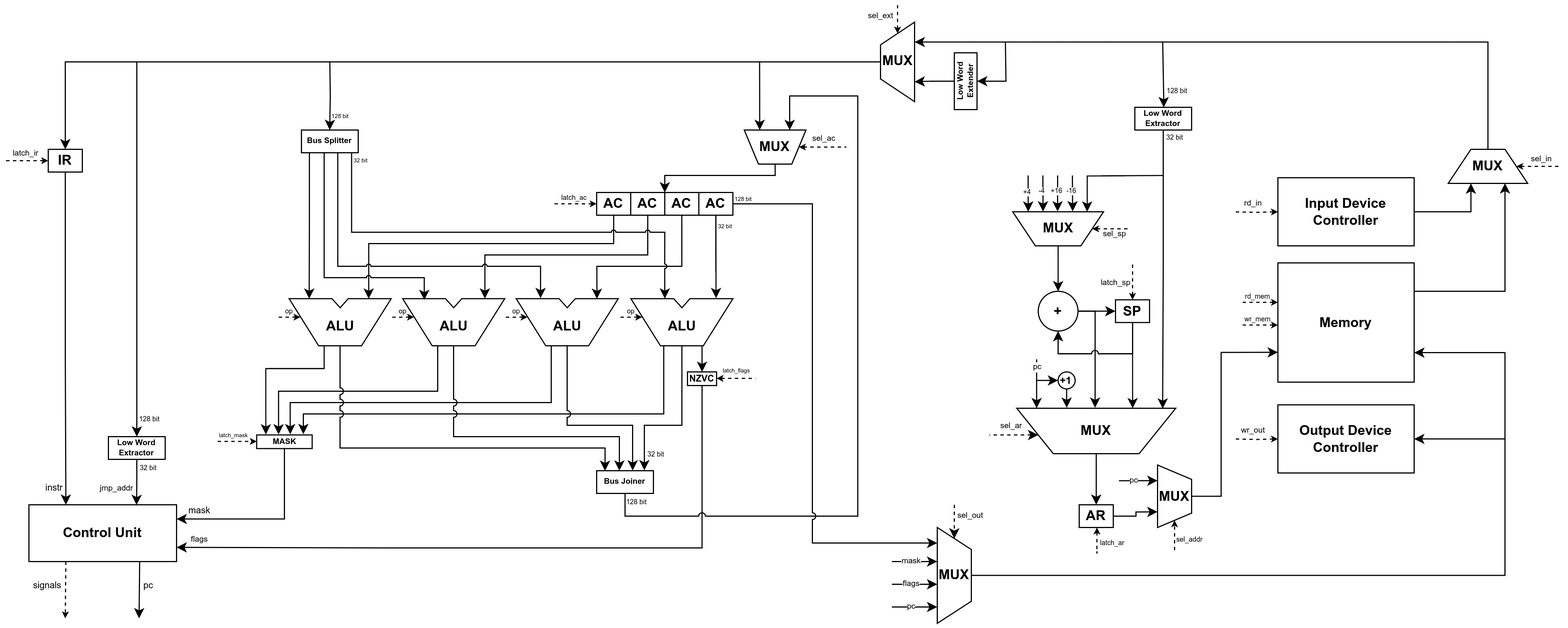
This is resources/datapath.png from alexanderved/csa-lab4, a draw.io export, as it was before one commit. Source tidied: cells renumbered, new cells last; positions are measured from the earlier drawing's top-left corner, leaving out a move shared by most shapes.
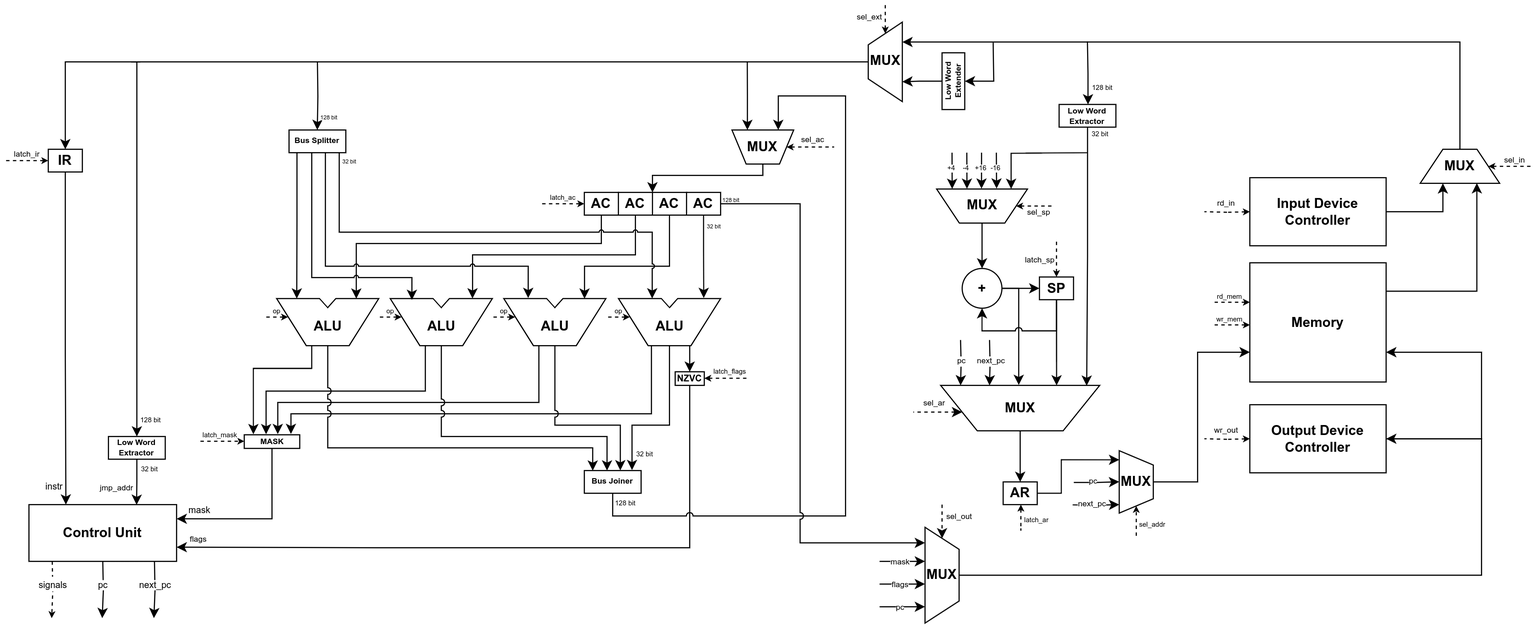
Above is the later version.

What changed in the source:
```diff
@@ -7,5 +7,5 @@
         <Array as="points">
-          <mxPoint x="53" y="147" />
-          <mxPoint x="53" y="308" />
-          <mxPoint x="53" y="308" />
+          <mxPoint x="64" y="147" />
+          <mxPoint x="64" y="308" />
+          <mxPoint x="64" y="308" />
         </Array>
@@ -20,6 +20,6 @@
       <mxGeometry relative="1" as="geometry">
-        <mxPoint y="137" as="targetPoint" />
+        <mxPoint x="11" y="137" as="targetPoint" />
         <Array as="points">
-          <mxPoint x="1" y="137" />
-          <mxPoint x="1" y="137" />
+          <mxPoint x="12" y="137" />
+          <mxPoint x="12" y="137" />
         </Array>
@@ -45,5 +45,6 @@
     </mxCell>
-    <mxCell id="8" style="edgeStyle=orthogonalEdgeStyle;rounded=0;jettySize=auto;html=1;exitX=0.25;exitY=1;exitDx=0;exitDy=0;dashed=1;endSize=3;" parent="1" edge="1" source="14">
+    <mxCell id="8" style="edgeStyle=orthogonalEdgeStyle;rounded=0;orthogonalLoop=1;jettySize=auto;html=1;exitX=0.25;exitY=1;exitDx=0;exitDy=0;dashed=1;endSize=3;" parent="1" edge="1">
       <mxGeometry relative="1" as="geometry">
-        <mxPoint x="53" y="540" as="targetPoint" />
+        <mxPoint x="52.5" y="490" as="sourcePoint" />
+        <mxPoint x="52" y="540" as="targetPoint" />
       </mxGeometry>
@@ -52,8 +53,9 @@
       <mxGeometry x="-0.06" relative="1" as="geometry">
-        <mxPoint x="-17" y="-4" as="offset" />
+        <mxPoint y="-4" as="offset" />
       </mxGeometry>
     </mxCell>
-    <mxCell id="10" style="edgeStyle=orthogonalEdgeStyle;rounded=0;jettySize=auto;html=1;exitX=0.75;exitY=1;exitDx=0;exitDy=0;" parent="1" edge="1" source="14">
+    <mxCell id="10" style="edgeStyle=orthogonalEdgeStyle;rounded=0;orthogonalLoop=1;jettySize=auto;html=1;exitX=0.75;exitY=1;exitDx=0;exitDy=0;" parent="1" edge="1">
       <mxGeometry relative="1" as="geometry">
-        <mxPoint x="118" y="540" as="targetPoint" />
+        <mxPoint x="97" y="490" as="sourcePoint" />
+        <mxPoint x="96.5" y="540" as="targetPoint" />
       </mxGeometry>
@@ -62,3 +64,3 @@
       <mxGeometry x="-0.14" relative="1" as="geometry">
-        <mxPoint x="7" y="-1" as="offset" />
+        <mxPoint x="-1" y="-1" as="offset" />
       </mxGeometry>
@@ -67,6 +69,6 @@
       <mxGeometry relative="1" as="geometry">
-        <mxPoint x="111" y="50" as="targetPoint" />
+        <mxPoint x="122" y="50" as="targetPoint" />
         <Array as="points">
-          <mxPoint x="116" y="50" />
-          <mxPoint x="119" y="50" />
+          <mxPoint x="127" y="50" />
+          <mxPoint x="130" y="50" />
         </Array>
@@ -80,3 +82,3 @@
     <mxCell id="14" value="&lt;b&gt;Control Unit&lt;/b&gt;" style="rounded=0;whiteSpace=wrap;html=1;" parent="1" vertex="1">
-      <mxGeometry x="21" y="440" width="130" height="50" as="geometry" />
+      <mxGeometry x="32" y="440" width="130" height="50" as="geometry" />
     </mxCell>
@@ -84,4 +86,4 @@
       <mxGeometry relative="1" as="geometry">
-        <mxPoint x="1121" y="261.7" as="sourcePoint" />
-        <mxPoint x="1090" y="261.7" as="targetPoint" />
+        <mxPoint x="1107" y="261.7" as="sourcePoint" />
+        <mxPoint x="1076" y="261.7" as="targetPoint" />
       </mxGeometry>
@@ -90,3 +92,3 @@
       <mxGeometry x="-0.01" relative="1" as="geometry">
-        <mxPoint x="-3" y="-5" as="offset" />
+        <mxPoint x="-4" y="-5" as="offset" />
       </mxGeometry>
@@ -96,4 +98,4 @@
         <Array as="points">
-          <mxPoint x="1321" y="252" />
-          <mxPoint x="1321" y="157" />
+          <mxPoint x="1307" y="252" />
+          <mxPoint x="1307" y="157" />
         </Array>
@@ -102,3 +104,3 @@
     <mxCell id="18" value="&lt;b&gt;Memory&lt;/b&gt;" style="rounded=0;whiteSpace=wrap;html=1;" parent="1" vertex="1">
-      <mxGeometry x="1121" y="227" width="120" height="105" as="geometry" />
+      <mxGeometry x="1107" y="227" width="120" height="105" as="geometry" />
     </mxCell>
@@ -106,7 +108,7 @@
       <mxGeometry relative="1" as="geometry">
-        <mxPoint x="961.6" y="460" as="sourcePoint" />
-        <mxPoint x="960.4" y="480" as="targetPoint" />
+        <mxPoint x="905.4" y="440" as="sourcePoint" />
+        <mxPoint x="904.2" y="460" as="targetPoint" />
         <Array as="points">
-          <mxPoint x="961.6" y="483" />
-          <mxPoint x="961.6" y="483" />
+          <mxPoint x="905.4" y="463" />
+          <mxPoint x="905.4" y="463" />
         </Array>
@@ -121,5 +123,5 @@
       <mxGeometry relative="1" as="geometry">
-        <mxPoint x="1291" y="157" as="targetPoint" />
+        <mxPoint x="1277" y="157" as="targetPoint" />
         <Array as="points">
-          <mxPoint x="1291" y="182" />
+          <mxPoint x="1277" y="182" />
         </Array>
@@ -128,3 +130,3 @@
     <mxCell id="22" value="&lt;b&gt;Input Device Controller&lt;/b&gt;" style="rounded=0;whiteSpace=wrap;html=1;" parent="1" vertex="1">
-      <mxGeometry x="1121" y="152" width="120" height="60" as="geometry" />
+      <mxGeometry x="1107" y="152" width="120" height="60" as="geometry" />
     </mxCell>
@@ -135,4 +137,4 @@
       <mxGeometry relative="1" as="geometry">
-        <mxPoint x="908.5" y="355" as="sourcePoint" />
-        <mxPoint x="908.5" y="312" as="targetPoint" />
+        <mxPoint x="852.3" y="335" as="sourcePoint" />
+        <mxPoint x="852.3" y="295" as="targetPoint" />
       </mxGeometry>
@@ -141,3 +143,3 @@
       <mxGeometry x="-0.13" relative="1" as="geometry">
-        <mxPoint y="-17" as="offset" />
+        <mxPoint y="-4" as="offset" />
       </mxGeometry>
@@ -145,3 +147,3 @@
     <mxCell id="26" value="&lt;b&gt;MUX&lt;/b&gt;" style="verticalLabelPosition=middle;verticalAlign=middle;html=1;shape=trapezoid;perimeter=trapezoidPerimeter;whiteSpace=wrap;size=0.23;arcSize=10;flipV=1;labelPosition=center;align=center;" parent="1" vertex="1">
-      <mxGeometry x="891" y="355" width="140" height="40" as="geometry" />
+      <mxGeometry x="834.8" y="335" width="140" height="40" as="geometry" />
     </mxCell>
@@ -149,8 +151,7 @@
       <mxGeometry relative="1" as="geometry">
-        <mxPoint x="1020.4" y="90" as="sourcePoint" />
-        <mxPoint x="1020" y="32.5" as="targetPoint" />
+        <mxPoint x="964.5" y="87.5" as="sourcePoint" />
+        <mxPoint x="964" y="32" as="targetPoint" />
         <Array as="points">
-          <mxPoint x="1020.5" y="80" />
-          <mxPoint x="1019.5" y="80" />
-          <mxPoint x="1019.5" y="33" />
+          <mxPoint x="965" y="60" />
+          <mxPoint x="964" y="60" />
         </Array>
@@ -165,4 +166,4 @@
       <mxGeometry relative="1" as="geometry">
-        <mxPoint x="1121" y="182" as="sourcePoint" />
-        <mxPoint x="1081" y="182" as="targetPoint" />
+        <mxPoint x="1107" y="182" as="sourcePoint" />
+        <mxPoint x="1067" y="182" as="targetPoint" />
       </mxGeometry>
@@ -178,3 +179,3 @@
     <mxCell id="32" value="&lt;b&gt;MUX&lt;/b&gt;" style="shape=trapezoid;perimeter=trapezoidPerimeter;whiteSpace=wrap;html=1;fixedSize=1;rotation=270;horizontal=1;verticalAlign=middle;textDirection=vertical-lr;direction=north;" parent="1" vertex="1">
-      <mxGeometry x="912.4" y="157" width="30" height="80" as="geometry" />
+      <mxGeometry x="856.2" y="137" width="30" height="80" as="geometry" />
     </mxCell>
@@ -183,5 +184,4 @@
         <Array as="points">
-          <mxPoint x="1321" y="382" />
-          <mxPoint x="1321" y="306" />
-          <mxPoint x="1241" y="306" />
+          <mxPoint x="1311" y="382" />
+          <mxPoint x="1311" y="306" />
         </Array>
@@ -190,3 +190,3 @@
     <mxCell id="34" value="&lt;b&gt;Output Device Controller&lt;/b&gt;" style="rounded=0;whiteSpace=wrap;html=1;" parent="1" vertex="1">
-      <mxGeometry x="1121" y="352" width="120" height="60" as="geometry" />
+      <mxGeometry x="1107" y="352" width="120" height="60" as="geometry" />
     </mxCell>
@@ -194,4 +194,4 @@
       <mxGeometry relative="1" as="geometry">
-        <mxPoint x="1121" y="382" as="sourcePoint" />
-        <mxPoint x="1081" y="382" as="targetPoint" />
+        <mxPoint x="1107" y="382" as="sourcePoint" />
+        <mxPoint x="1067" y="382" as="targetPoint" />
       </mxGeometry>
@@ -219,3 +219,3 @@
       <mxGeometry relative="1" as="geometry">
-        <mxPoint x="1371" y="142" as="targetPoint" />
+        <mxPoint x="1357" y="142" as="targetPoint" />
       </mxGeometry>
@@ -230,3 +230,3 @@
         <Array as="points">
-          <mxPoint x="1306" y="33" />
+          <mxPoint x="1292" y="32" />
         </Array>
@@ -235,3 +235,3 @@
     <mxCell id="43" value="&lt;b&gt;MUX&lt;/b&gt;" style="shape=trapezoid;perimeter=trapezoidPerimeter;whiteSpace=wrap;html=1;fixedSize=1;" parent="1" vertex="1">
-      <mxGeometry x="1271" y="127" width="70" height="30" as="geometry" />
+      <mxGeometry x="1257" y="127" width="70" height="30" as="geometry" />
     </mxCell>
@@ -250,3 +250,3 @@
         <Array as="points">
-          <mxPoint x="53" y="50" />
+          <mxPoint x="64" y="50" />
         </Array>
@@ -266,3 +266,3 @@
     <mxCell id="50" value="&lt;b&gt;Low Word Extractor&lt;/b&gt;" style="rounded=0;whiteSpace=wrap;html=1;fontSize=7;" parent="1" vertex="1">
-      <mxGeometry x="91" y="380" width="50" height="20" as="geometry" />
+      <mxGeometry x="102" y="380" width="50" height="20" as="geometry" />
     </mxCell>
@@ -342,8 +342,8 @@
         <mxPoint x="626.6" y="328.7" as="sourcePoint" />
-        <mxPoint x="661" y="329.3" as="targetPoint" />
+        <mxPoint x="666" y="329.3" as="targetPoint" />
       </mxGeometry>
     </mxCell>
-    <mxCell id="67" value="&lt;font&gt;latch_flags&lt;/font&gt;" style="edgeLabel;html=1;align=center;verticalAlign=middle;fontSize=5;" parent="66" vertex="1">
+    <mxCell id="67" value="&lt;font&gt;latch_flags&lt;/font&gt;" style="edgeLabel;html=1;align=center;verticalAlign=middle;fontSize=6;" parent="66" vertex="1">
       <mxGeometry x="0.12" y="-1" relative="1" as="geometry">
-        <mxPoint x="-2" y="-9" as="offset" />
+        <mxPoint y="-7" as="offset" />
       </mxGeometry>
@@ -393,3 +393,3 @@
     <mxCell id="75" value="&lt;b&gt;Low Word Extractor&lt;/b&gt;" style="rounded=0;whiteSpace=wrap;html=1;fontSize=7;" parent="1" vertex="1">
-      <mxGeometry x="995" y="90" width="50" height="20" as="geometry" />
+      <mxGeometry x="939.1" y="87.5" width="50" height="20" as="geometry" />
     </mxCell>
@@ -453,3 +453,3 @@
       <mxGeometry relative="1" as="geometry">
-        <mxPoint x="187.2" y="384.2" as="sourcePoint" />
+        <mxPoint x="183" y="384.2" as="sourcePoint" />
         <mxPoint x="221.6" y="384.8" as="targetPoint" />
@@ -457,3 +457,3 @@
     </mxCell>
-    <mxCell id="85" value="&lt;font&gt;latch_mask&lt;/font&gt;" style="edgeLabel;html=1;align=center;verticalAlign=middle;fontSize=5;" parent="84" vertex="1">
+    <mxCell id="85" value="&lt;font&gt;latch_mask&lt;/font&gt;" style="edgeLabel;html=1;align=center;verticalAlign=middle;fontSize=6;" parent="84" vertex="1">
       <mxGeometry x="0.12" y="-1" relative="1" as="geometry">
@@ -613,4 +613,4 @@
       <mxGeometry relative="1" as="geometry">
-        <mxPoint x="1121" y="281.7" as="sourcePoint" />
-        <mxPoint x="1090" y="281.7" as="targetPoint" />
+        <mxPoint x="1107" y="281.7" as="sourcePoint" />
+        <mxPoint x="1076" y="281.7" as="targetPoint" />
       </mxGeometry>
@@ -619,3 +619,3 @@
       <mxGeometry x="-0.01" relative="1" as="geometry">
-        <mxPoint x="-3" y="-5" as="offset" />
+        <mxPoint x="-4" y="-5" as="offset" />
       </mxGeometry>
@@ -629,3 +629,3 @@
     <mxCell id="115" value="&lt;b&gt;+&lt;/b&gt;" style="ellipse;whiteSpace=wrap;html=1;" parent="1" vertex="1">
-      <mxGeometry x="909.9" y="252" width="35" height="35" as="geometry" />
+      <mxGeometry x="853.7" y="232" width="35" height="35" as="geometry" />
     </mxCell>
@@ -633,3 +633,3 @@
       <mxGeometry relative="1" as="geometry">
-        <mxPoint x="991" y="197" as="targetPoint" />
+        <mxPoint x="934.8" y="177" as="targetPoint" />
       </mxGeometry>
@@ -644,4 +644,4 @@
         <Array as="points">
-          <mxPoint x="960" y="270" />
-          <mxPoint x="960" y="355" />
+          <mxPoint x="903.8" y="250" />
+          <mxPoint x="903.8" y="335" />
         </Array>
@@ -651,3 +651,3 @@
       <mxGeometry relative="1" as="geometry">
-        <mxPoint x="901" y="150" as="targetPoint" />
+        <mxPoint x="844.8" y="130" as="targetPoint" />
       </mxGeometry>
@@ -661,3 +661,3 @@
       <mxGeometry relative="1" as="geometry">
-        <mxPoint x="914" y="150" as="targetPoint" />
+        <mxPoint x="857.8" y="130" as="targetPoint" />
       </mxGeometry>
@@ -671,3 +671,3 @@
       <mxGeometry relative="1" as="geometry">
-        <mxPoint x="927" y="150" as="targetPoint" />
+        <mxPoint x="870.8" y="130" as="targetPoint" />
       </mxGeometry>
@@ -681,3 +681,3 @@
       <mxGeometry relative="1" as="geometry">
-        <mxPoint x="940" y="150" as="targetPoint" />
+        <mxPoint x="883.8" y="130" as="targetPoint" />
       </mxGeometry>
@@ -691,3 +691,3 @@
       <mxGeometry relative="1" as="geometry">
-        <mxPoint x="1020" y="150" as="sourcePoint" />
+        <mxPoint x="963.8" y="130" as="sourcePoint" />
       </mxGeometry>
@@ -697,4 +697,4 @@
         <Array as="points">
-          <mxPoint x="1321" y="502" />
-          <mxPoint x="1321" y="382" />
+          <mxPoint x="1311" y="502" />
+          <mxPoint x="1311" y="382" />
         </Array>
@@ -750,3 +750,3 @@
       <mxGeometry relative="1" as="geometry">
-        <mxPoint x="993" y="227" as="targetPoint" />
+        <mxPoint x="936.8" y="207" as="targetPoint" />
       </mxGeometry>
@@ -760,4 +760,4 @@
       <mxGeometry relative="1" as="geometry">
-        <mxPoint x="909.9" y="378.5" as="sourcePoint" />
-        <mxPoint x="866.9" y="378.5" as="targetPoint" />
+        <mxPoint x="853.7" y="358.5" as="sourcePoint" />
+        <mxPoint x="810.7" y="358.5" as="targetPoint" />
       </mxGeometry>
@@ -769,7 +769,12 @@
     </mxCell>
-    <mxCell id="142" style="edgeStyle=orthogonalEdgeStyle;rounded=0;jettySize=auto;html=1;entryX=0.75;entryY=1;entryDx=0;entryDy=0;" parent="1" edge="1" source="143" target="156">
-      <mxGeometry relative="1" as="geometry" />
+    <mxCell id="142" style="edgeStyle=orthogonalEdgeStyle;rounded=0;jettySize=auto;html=1;entryX=0.854;entryY=0.999;entryDx=0;entryDy=0;entryPerimeter=0;" parent="1" edge="1" source="143" target="156">
+      <mxGeometry relative="1" as="geometry">
+        <Array as="points">
+          <mxPoint x="941" y="430" />
+          <mxPoint x="941" y="401" />
+        </Array>
+      </mxGeometry>
     </mxCell>
     <mxCell id="143" value="&lt;b&gt;AR&lt;/b&gt;" style="rounded=0;whiteSpace=wrap;html=1;" parent="1" vertex="1">
-      <mxGeometry x="946" y="440" width="30" height="20" as="geometry" />
+      <mxGeometry x="889.8" y="420" width="30" height="20" as="geometry" />
     </mxCell>
@@ -778,4 +783,4 @@
         <Array as="points">
-          <mxPoint x="993" y="307" />
-          <mxPoint x="927" y="307" />
+          <mxPoint x="936.8" y="287" />
+          <mxPoint x="870.8" y="287" />
         </Array>
@@ -784,3 +789,3 @@
     <mxCell id="145" value="&lt;b&gt;SP&lt;/b&gt;" style="rounded=0;whiteSpace=wrap;html=1;" parent="1" vertex="1">
-      <mxGeometry x="978" y="259.5" width="30" height="20" as="geometry" />
+      <mxGeometry x="921.8" y="239.5" width="30" height="20" as="geometry" />
     </mxCell>
@@ -798,26 +803,9 @@
     <mxCell id="149" value="&lt;b&gt;IR&lt;/b&gt;" style="rounded=0;whiteSpace=wrap;html=1;" parent="1" vertex="1">
-      <mxGeometry x="38" y="127" width="30" height="20" as="geometry" />
+      <mxGeometry x="49" y="127" width="30" height="20" as="geometry" />
     </mxCell>
-    <mxCell id="150" style="edgeStyle=orthogonalEdgeStyle;rounded=0;jettySize=auto;html=1;exitX=0;exitY=0.5;exitDx=0;exitDy=0;endArrow=none;startFill=1;startArrow=classic;" parent="1" edge="1" source="151">
-      <mxGeometry relative="1" as="geometry">
-        <mxPoint x="908.5" y="330.5" as="targetPoint" />
-      </mxGeometry>
-    </mxCell>
-    <mxCell id="151" value="&lt;b&gt;+1&lt;/b&gt;" style="ellipse;whiteSpace=wrap;html=1;fontSize=9;" parent="1" vertex="1">
-      <mxGeometry x="927.4" y="323" width="15" height="15" as="geometry" />
-    </mxCell>
-    <mxCell id="152" style="edgeStyle=orthogonalEdgeStyle;rounded=0;jettySize=auto;html=1;exitX=0.5;exitY=1;exitDx=0;exitDy=0;entryX=0.261;entryY=1.01;entryDx=0;entryDy=0;entryPerimeter=0;" parent="1" edge="1" source="151">
-      <mxGeometry relative="1" as="geometry">
-        <mxPoint x="935" y="354.6" as="targetPoint" />
-        <Array as="points">
-          <mxPoint x="934.5" y="346" />
-          <mxPoint x="934.5" y="346" />
-        </Array>
-      </mxGeometry>
-    </mxCell>
-    <mxCell id="153" style="edgeStyle=orthogonalEdgeStyle;rounded=0;jettySize=auto;html=1;exitX=0.5;exitY=0;exitDx=0;exitDy=0;entryX=0;entryY=0.75;entryDx=0;entryDy=0;" parent="1" edge="1" source="156" target="18">
+    <mxCell id="153" style="edgeStyle=orthogonalEdgeStyle;rounded=0;jettySize=auto;html=1;entryX=0;entryY=0.75;entryDx=0;entryDy=0;exitX=0.5;exitY=0;exitDx=0;exitDy=0;" parent="1" edge="1" source="156" target="18">
       <mxGeometry relative="1" as="geometry">
         <Array as="points">
-          <mxPoint x="1071" y="433" />
-          <mxPoint x="1071" y="306" />
+          <mxPoint x="1061" y="420" />
+          <mxPoint x="1061" y="306" />
         </Array>
@@ -825,5 +813,6 @@
     </mxCell>
-    <mxCell id="154" style="edgeStyle=orthogonalEdgeStyle;rounded=0;jettySize=auto;html=1;exitX=0.25;exitY=1;exitDx=0;exitDy=0;endArrow=none;startFill=1;startArrow=classic;" parent="1" edge="1" source="156">
+    <mxCell id="154" style="edgeStyle=orthogonalEdgeStyle;rounded=0;orthogonalLoop=1;jettySize=auto;html=1;exitX=0.25;exitY=1;exitDx=0;exitDy=0;endArrow=none;startFill=1;startArrow=classic;" parent="1" edge="1">
       <mxGeometry relative="1" as="geometry">
-        <mxPoint x="981" y="418.7" as="targetPoint" />
+        <mxPoint x="992" y="419.9" as="sourcePoint" />
+        <mxPoint x="952" y="420.5" as="targetPoint" />
       </mxGeometry>
@@ -831,6 +820,8 @@
     <mxCell id="155" value="pc" style="edgeLabel;html=1;align=center;verticalAlign=middle;fontSize=7;" parent="154" vertex="1">
-      <mxGeometry x="0.25" relative="1" as="geometry" />
+      <mxGeometry x="0.25" relative="1" as="geometry">
+        <mxPoint x="1" y="-1" as="offset" />
+      </mxGeometry>
     </mxCell>
     <mxCell id="156" value="&lt;b&gt;MUX&lt;/b&gt;" style="verticalLabelPosition=middle;verticalAlign=middle;html=1;shape=trapezoid;perimeter=trapezoidPerimeter;whiteSpace=wrap;size=0.23;arcSize=10;flipV=1;labelPosition=center;align=center;direction=south;" parent="1" vertex="1">
-      <mxGeometry x="1015" y="405" width="30" height="55" as="geometry" />
+      <mxGeometry x="992" y="392.5" width="30" height="55" as="geometry" />
     </mxCell>
@@ -838,3 +829,3 @@
       <mxGeometry relative="1" as="geometry">
-        <mxPoint x="1030" y="480" as="sourcePoint" />
+        <mxPoint x="1007" y="467.5" as="sourcePoint" />
       </mxGeometry>
@@ -846,2 +837,35 @@
     </mxCell>
+    <mxCell id="159" style="edgeStyle=orthogonalEdgeStyle;rounded=0;orthogonalLoop=1;jettySize=auto;html=1;exitX=0.75;exitY=1;exitDx=0;exitDy=0;" parent="1" edge="1">
+      <mxGeometry relative="1" as="geometry">
+        <mxPoint x="142.5" y="490" as="sourcePoint" />
+        <mxPoint x="142" y="540" as="targetPoint" />
+      </mxGeometry>
+    </mxCell>
+    <mxCell id="160" value="&lt;font&gt;next_pc&lt;/font&gt;" style="edgeLabel;html=1;align=center;verticalAlign=middle;fontSize=8;" parent="159" vertex="1">
+      <mxGeometry x="-0.14" relative="1" as="geometry">
+        <mxPoint y="-1" as="offset" />
+      </mxGeometry>
+    </mxCell>
+    <mxCell id="161" style="edgeStyle=orthogonalEdgeStyle;rounded=0;orthogonalLoop=1;jettySize=auto;html=1;exitX=0.25;exitY=0;exitDx=0;exitDy=0;startArrow=classic;startFill=1;endArrow=none;" parent="1" edge="1">
+      <mxGeometry relative="1" as="geometry">
+        <mxPoint x="877.8" y="335" as="sourcePoint" />
+        <mxPoint x="877.8" y="295" as="targetPoint" />
+      </mxGeometry>
+    </mxCell>
+    <mxCell id="162" value="next_pc" style="edgeLabel;html=1;align=center;verticalAlign=middle;fontSize=7;" parent="161" vertex="1">
+      <mxGeometry x="-0.13" relative="1" as="geometry">
+        <mxPoint y="-4" as="offset" />
+      </mxGeometry>
+    </mxCell>
+    <mxCell id="163" style="edgeStyle=orthogonalEdgeStyle;rounded=0;orthogonalLoop=1;jettySize=auto;html=1;exitX=0.75;exitY=1;exitDx=0;exitDy=0;endArrow=none;startFill=1;startArrow=classic;" parent="1" edge="1">
+      <mxGeometry relative="1" as="geometry">
+        <mxPoint x="992" y="440" as="sourcePoint" />
+        <mxPoint x="951" y="440.2" as="targetPoint" />
+      </mxGeometry>
+    </mxCell>
+    <mxCell id="164" value="next_pc" style="edgeLabel;html=1;align=center;verticalAlign=middle;fontSize=7;" parent="163" vertex="1">
+      <mxGeometry x="0.25" relative="1" as="geometry">
+        <mxPoint x="1" y="-1" as="offset" />
+      </mxGeometry>
+    </mxCell>
   </root>
```
